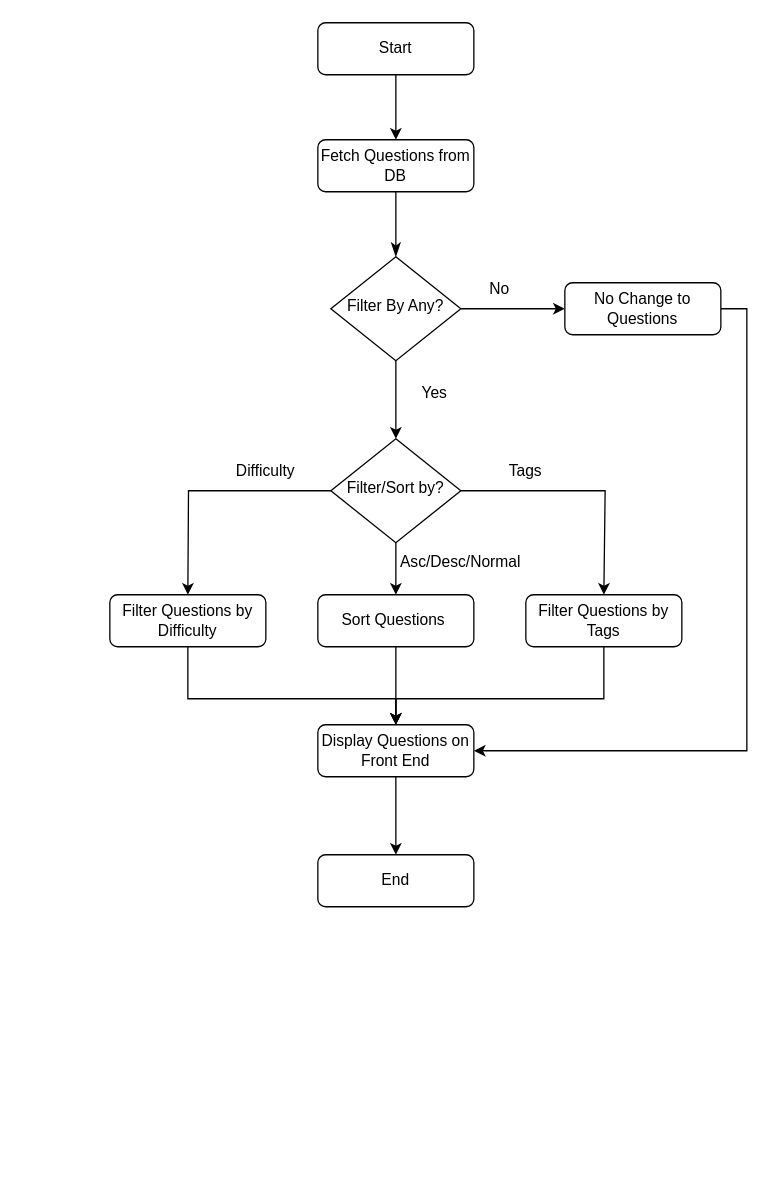
Earlier version of the draw.io diagram enhance.drawio (shaniceng/DrawIODiagrams). Source tidied: cells renumbered, new cells numbered last; positions are measured from the earlier drawing's top-left corner, leaving out a move shared by most shapes. Both pictures are drawn from the tidied source at 130%, with x=0, y=0 at pixel (109, 22).
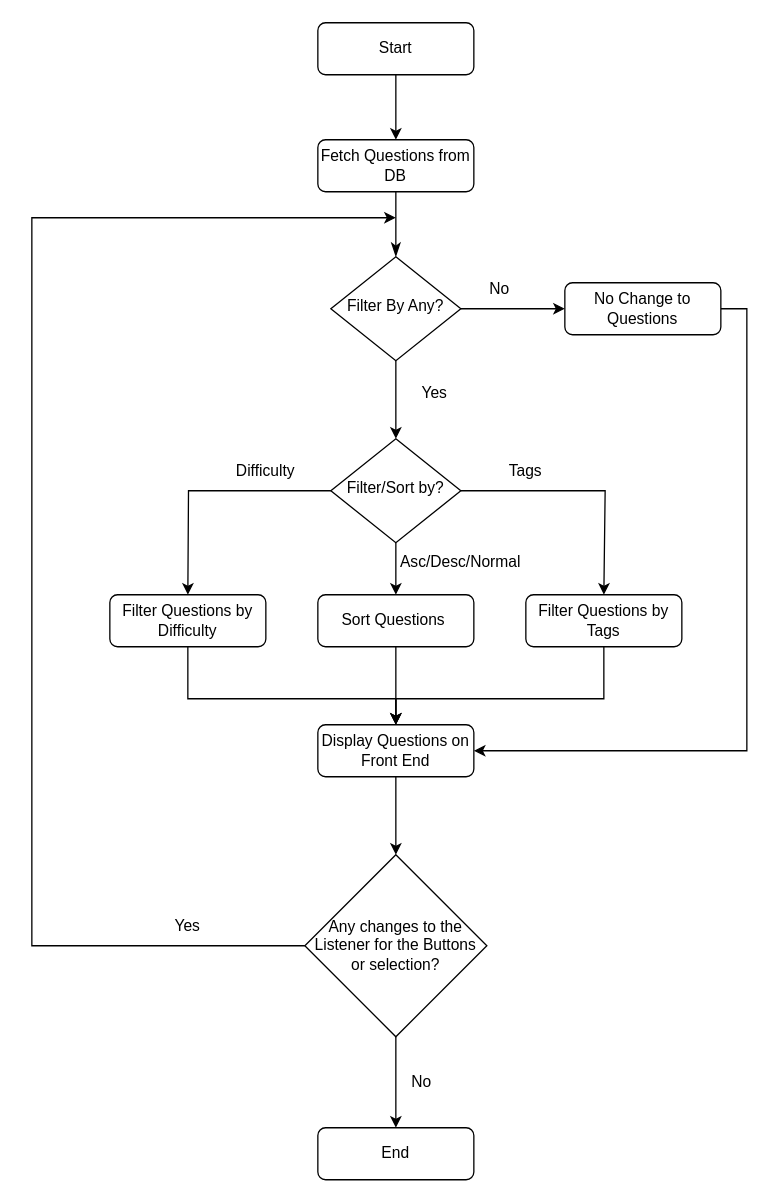
After the change.

The edit, as a diff of the source:
```diff
@@
+    <mxCell id="29" style="edgeStyle=orthogonalEdgeStyle;rounded=0;jettySize=auto;html=1;exitX=0;exitY=0.5;exitDx=0;exitDy=0;" parent="1" edge="1" source="31">
+      <mxGeometry relative="1" as="geometry">
+        <mxPoint x="220" y="150" as="targetPoint" />
+        <Array as="points">
+          <mxPoint x="-60" y="710" />
+          <mxPoint x="-60" y="150" />
+        </Array>
+      </mxGeometry>
+    </mxCell>
+    <mxCell id="30" style="edgeStyle=orthogonalEdgeStyle;rounded=0;jettySize=auto;html=1;entryX=0.5;entryY=0;entryDx=0;entryDy=0;" parent="1" edge="1" source="31" target="28">
+      <mxGeometry relative="1" as="geometry" />
+    </mxCell>
+    <mxCell id="31" value="Any changes to the Listener for the Buttons or selection?" style="rhombus;whiteSpace=wrap;html=1;" parent="1" vertex="1">
+      <mxGeometry x="150" y="640" width="140" height="140" as="geometry" />
+    </mxCell>
+    <mxCell id="32" value="Yes" style="text;html=1;strokeColor=none;fillColor=none;align=center;verticalAlign=middle;whiteSpace=wrap;rounded=0;" parent="1" vertex="1">
+      <mxGeometry x="30" y="680" width="60" height="30" as="geometry" />
+    </mxCell>
     <mxCell id="28" value="End" style="rounded=1;whiteSpace=wrap;html=1;" parent="1" vertex="1">
-      <mxGeometry x="160" y="640" width="120" height="40" as="geometry" />
+      <mxGeometry x="160" y="850" width="120" height="40" as="geometry" />
     </mxCell>
+    <mxCell id="33" value="No" style="text;html=1;strokeColor=none;fillColor=none;align=center;verticalAlign=middle;whiteSpace=wrap;rounded=0;" parent="1" vertex="1">
+      <mxGeometry x="210" y="800" width="60" height="30" as="geometry" />
+    </mxCell>
```
